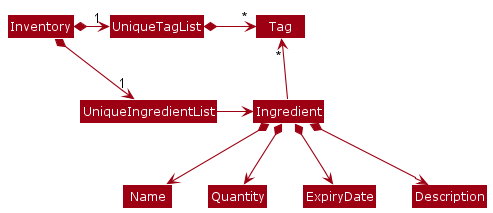
This is docs/images/BetterModelClassDiagram.png from pattan9955/tp, a PlantUML export, as it was before one commit.
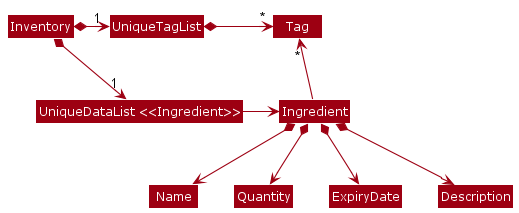
After the change.

Change to the diagram source:
```diff
@@ -3,6 +3,8 @@
 skinparam arrowThickness 1.1
 skinparam arrowColor MODEL_COLOR
 skinparam classBackgroundColor MODEL_COLOR
+
+class "UniqueDataList <<Ingredient>>" as UniqueIngredientList
 
 Inventory *-right-> "1" UniqueIngredientList
 Inventory *-right-> "1" UniqueTagList
```
